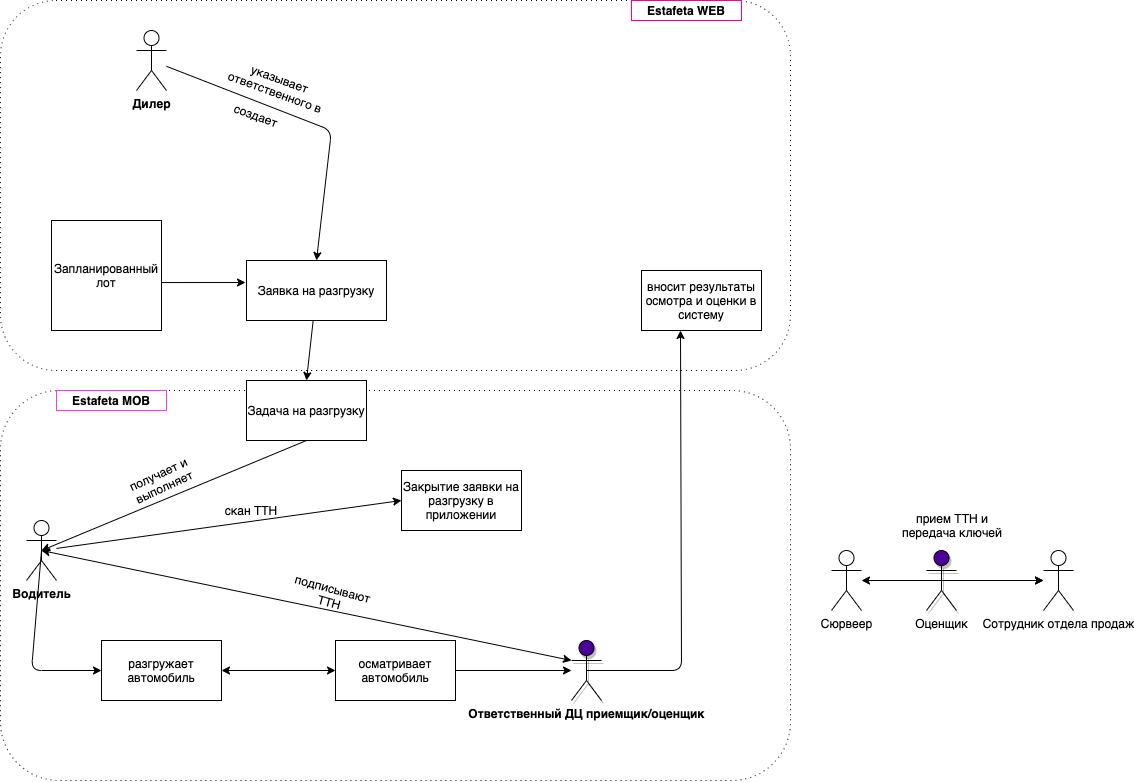
Above: verification bp.png in annastazi02/diagrams (draw.io), before the change. Source tidied: cells renumbered, new cells last; positions are measured from the earlier drawing's top-left corner, leaving out a move shared by most shapes.
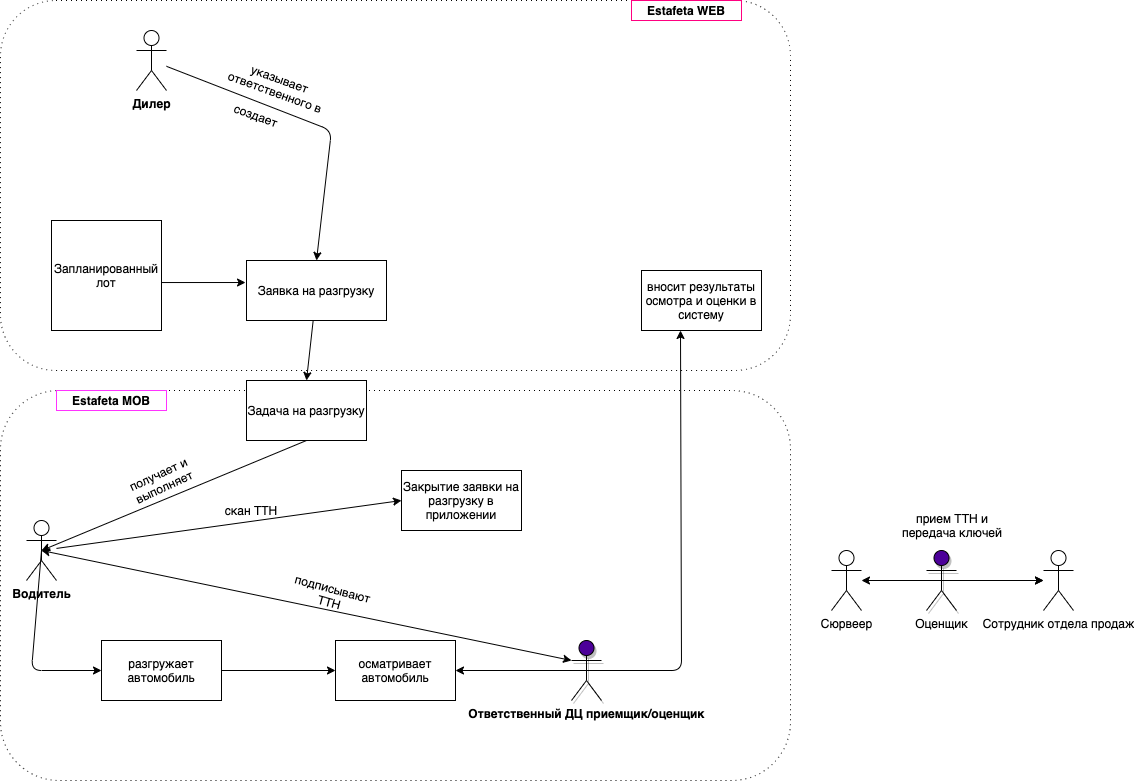
After the commit.

Change to the diagram source:
```diff
@@ -60,12 +60,6 @@
     <mxCell id="19" value="разгружает автомобиль" style="rounded=0;whiteSpace=wrap;html=1;" parent="1" vertex="1">
       <mxGeometry x="101" y="640" width="120" height="60" as="geometry" />
     </mxCell>
-    <mxCell id="20" style="endArrow=classic;startArrow=classic;html=1;exitX=1;exitY=0.5;exitDx=0;exitDy=0;entryX=0;entryY=0.5;entryDx=0;entryDy=0;" parent="1" edge="1" source="19" target="18">
-      <mxGeometry relative="1" as="geometry" />
-    </mxCell>
-    <mxCell id="21" style="endArrow=classic;html=1;exitX=1;exitY=0.5;exitDx=0;exitDy=0;" parent="1" edge="1" source="18" target="8">
-      <mxGeometry relative="1" as="geometry" />
-    </mxCell>
     <mxCell id="22" value="вносит результаты осмотра и оценки в систему" style="rounded=0;whiteSpace=wrap;html=1;" parent="1" vertex="1">
       <mxGeometry x="641" y="270" width="120" height="60" as="geometry" />
     </mxCell>
@@ -122,5 +116,11 @@
     <mxCell id="37" style="endArrow=classic;startArrow=classic;html=1;entryX=0;entryY=0.3333333333333333;entryDx=0;entryDy=0;entryPerimeter=0;exitX=0.5;exitY=0.5;exitDx=0;exitDy=0;exitPerimeter=0;" parent="1" edge="1" source="7" target="8">
       <mxGeometry relative="1" as="geometry" />
     </mxCell>
+    <mxCell id="38" style="endArrow=classic;html=1;exitX=0.5;exitY=0.5;exitDx=0;exitDy=0;exitPerimeter=0;entryX=1;entryY=0.5;entryDx=0;entryDy=0;" parent="1" edge="1" source="8" target="18">
+      <mxGeometry relative="1" as="geometry" />
+    </mxCell>
+    <mxCell id="20" style="endArrow=classic;html=1;exitX=1;exitY=0.5;exitDx=0;exitDy=0;entryX=0;entryY=0.5;entryDx=0;entryDy=0;" parent="1" edge="1" source="19" target="18">
+      <mxGeometry relative="1" as="geometry" />
+    </mxCell>
   </root>
 </mxGraphModel>
```
